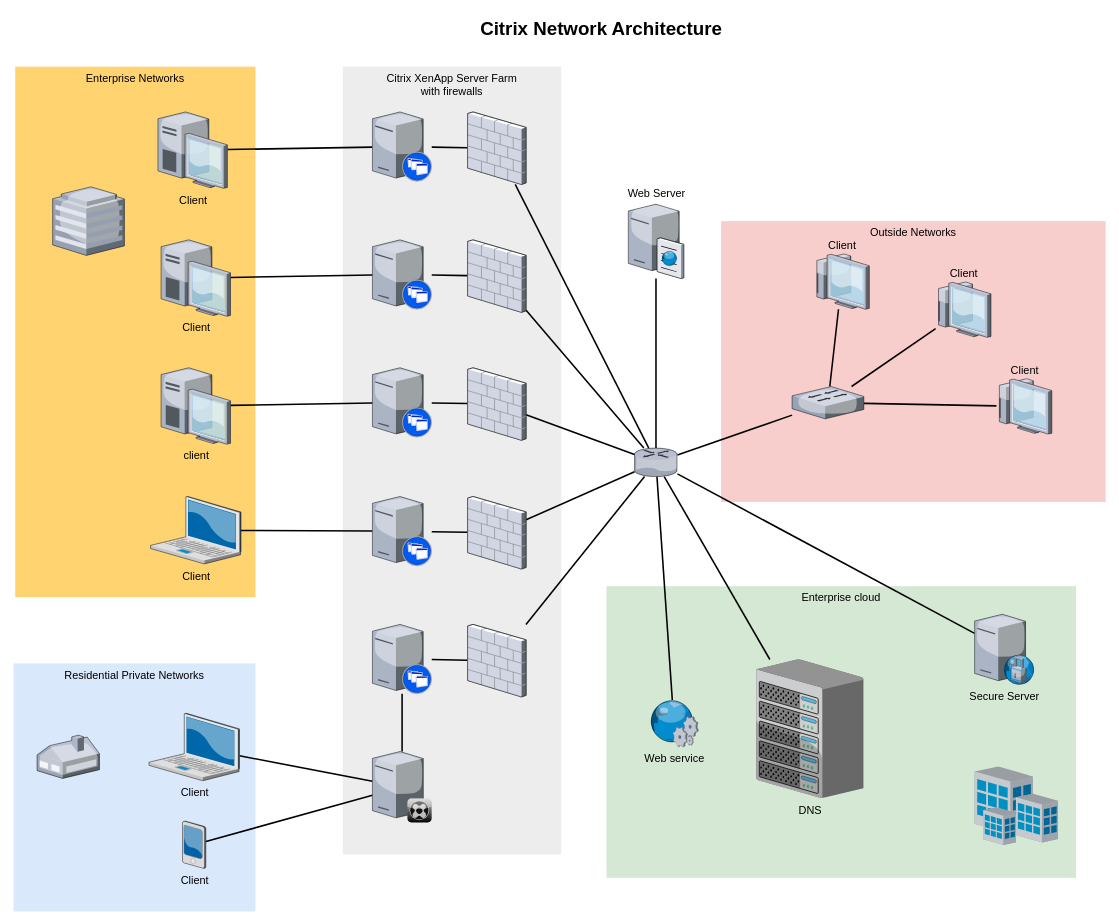
The draw.io diagram Untitled Diagram.drawio in towasz/grafana-dasboards, before the edit. Source tidied: cells renumbered, new cells numbered last; positions are measured from the earlier drawing's top-left corner, leaving out a move shared by most shapes. Both pictures are drawn from the tidied source at 78%, with x=0, y=0 at pixel (13, 13).
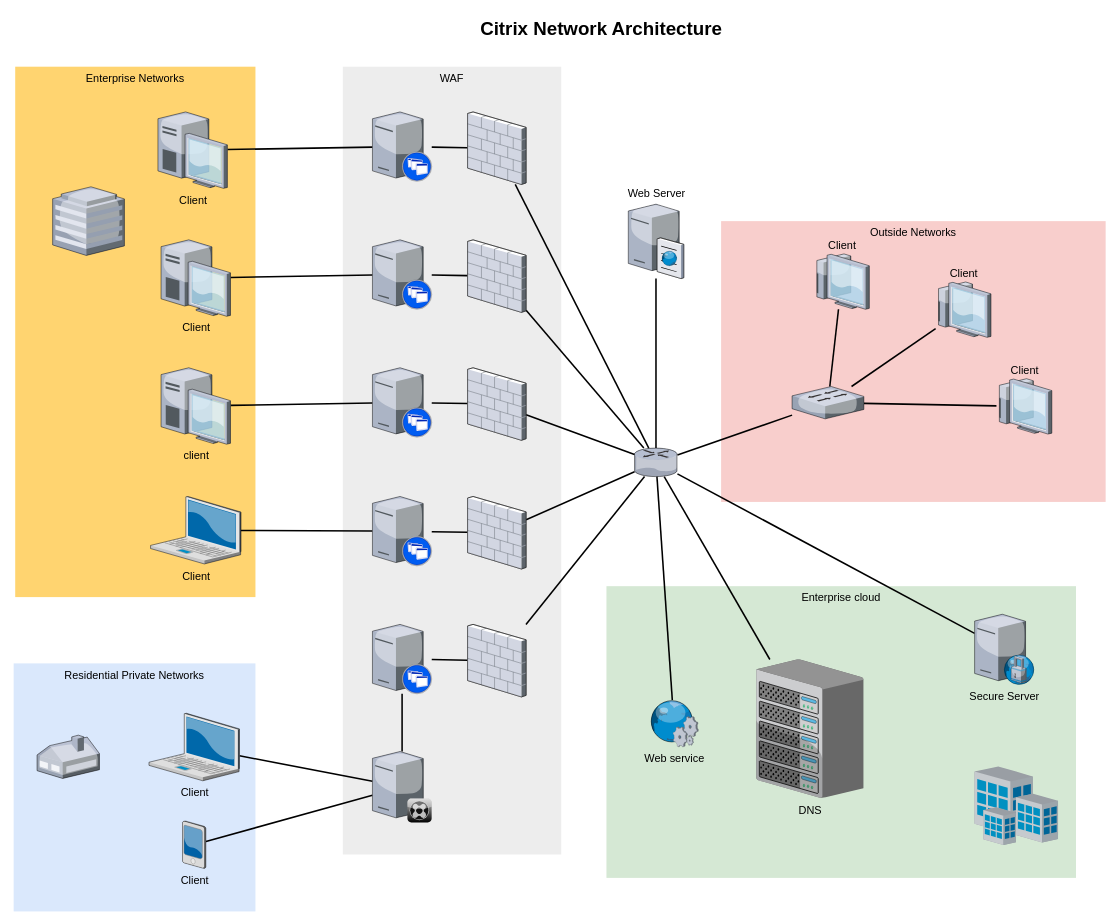
The same page after the edit.

Change to the diagram source:
```diff
@@
-    <mxCell id="4" value="Citrix XenApp Server Farm&lt;div&gt;with firewalls&lt;/div&gt;" style="whiteSpace=wrap;html=1;fillColor=#EDEDED;fontSize=14;strokeColor=none;verticalAlign=top;" parent="1" vertex="1">
+    <mxCell id="4" value="WAF" style="whiteSpace=wrap;html=1;fillColor=#EDEDED;fontSize=14;strokeColor=none;verticalAlign=top;" parent="1" vertex="1">
       <mxGeometry x="422" y="68" width="280" height="1010" as="geometry" />
     </mxCell>
```
